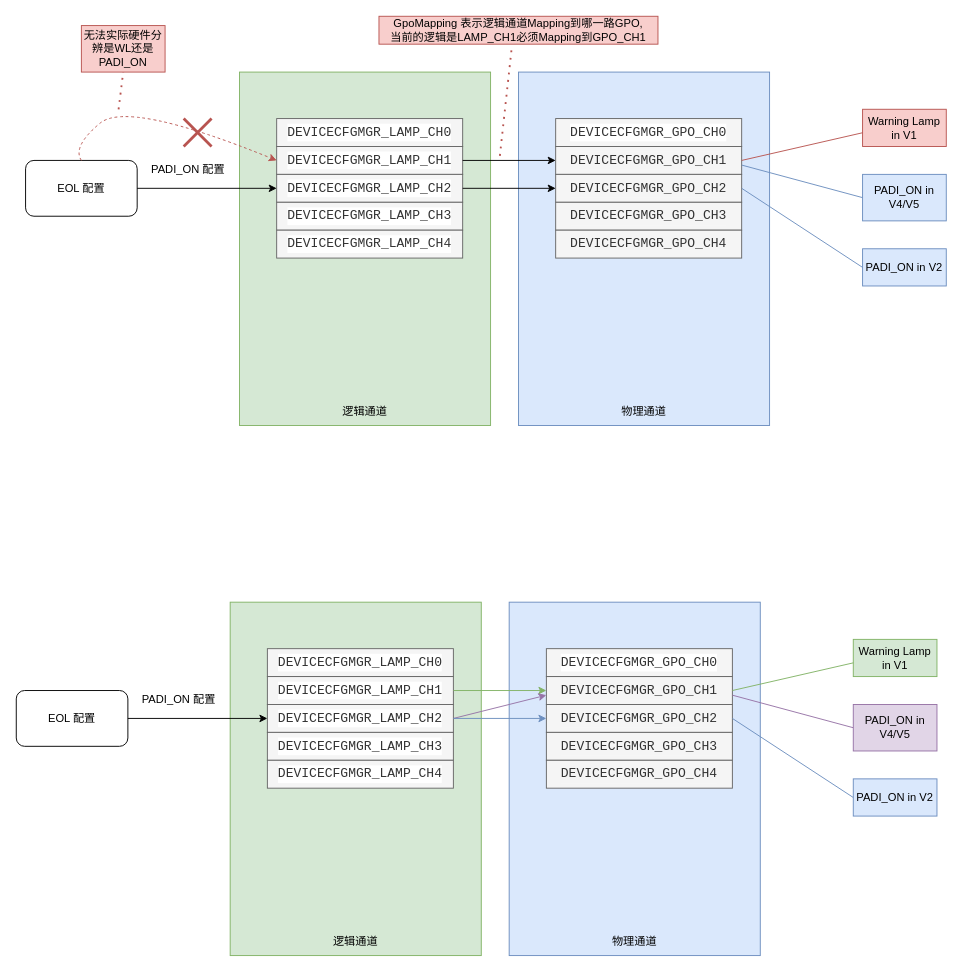
Earlier version of the draw.io diagram Gpo_configuration.drawio (woshitanwang/pics_procdure). Source tidied: cells renumbered, new cells numbered last; positions are measured from the earlier drawing's top-left corner, leaving out a move shared by most shapes. Both pictures are drawn from the tidied source at 93%, with x=0, y=0 at pixel (16, 16).
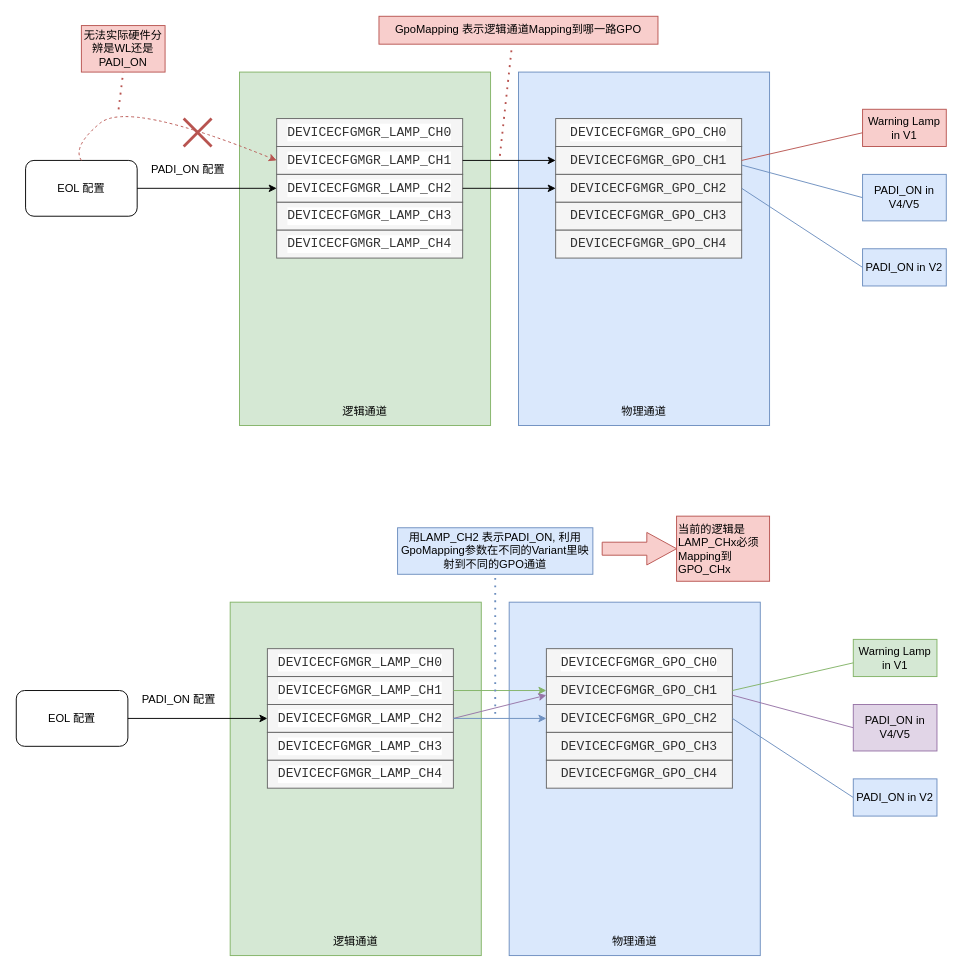
The same page after the edit.

Diff of the diagram source:
```diff
@@
-    <mxCell id="21" value="GpoMapping 表示逻辑通道Mapping到哪一路GPO, &lt;br&gt;当前的逻辑是LAMP_CH1必须Mapping到GPO_CH1" style="text;html=1;strokeColor=#b85450;fillColor=#f8cecc;align=center;verticalAlign=middle;whiteSpace=wrap;rounded=0;" parent="1" vertex="1">
+    <mxCell id="21" value="GpoMapping 表示逻辑通道Mapping到哪一路GPO" style="text;html=1;strokeColor=#b85450;fillColor=#f8cecc;align=center;verticalAlign=middle;whiteSpace=wrap;rounded=0;" parent="1" vertex="1">
       <mxGeometry x="390" width="300" height="30" as="geometry" />
     </mxCell>
@@
+    <mxCell id="59" value="用LAMP_CH2 表示PADI_ON, 利用GpoMapping参数在不同的Variant里映射到不同的GPO通道" style="text;html=1;strokeColor=#6c8ebf;fillColor=#dae8fc;align=center;verticalAlign=middle;whiteSpace=wrap;rounded=0;" parent="1" vertex="1">
+      <mxGeometry x="410" y="550" width="210" height="50" as="geometry" />
+    </mxCell>
+    <mxCell id="60" style="endArrow=none;dashed=1;html=1;dashPattern=1 3;strokeWidth=2;rounded=0;entryX=0.5;entryY=1;entryDx=0;entryDy=0;fillColor=#dae8fc;strokeColor=#6c8ebf;" parent="1" edge="1" target="59">
+      <mxGeometry relative="1" as="geometry">
+        <mxPoint x="515" y="750" as="sourcePoint" />
+      </mxGeometry>
+    </mxCell>
+    <mxCell id="61" value="当前的逻辑是LAMP_CHx必须Mapping到GPO_CHx" style="text;whiteSpace=wrap;html=1;fillColor=#F8CECC;strokeColor=#b85450;" parent="1" vertex="1">
+      <mxGeometry x="710" y="537.5" width="100" height="70" as="geometry" />
+    </mxCell>
+    <mxCell id="62" style="shape=singleArrow;whiteSpace=wrap;html=1;arrowWidth=0.4;arrowSize=0.4;fillColor=#f8cecc;strokeColor=#b85450;rounded=0;" parent="1" vertex="1">
+      <mxGeometry x="630" y="555" width="80" height="35" as="geometry" />
+    </mxCell>
```
